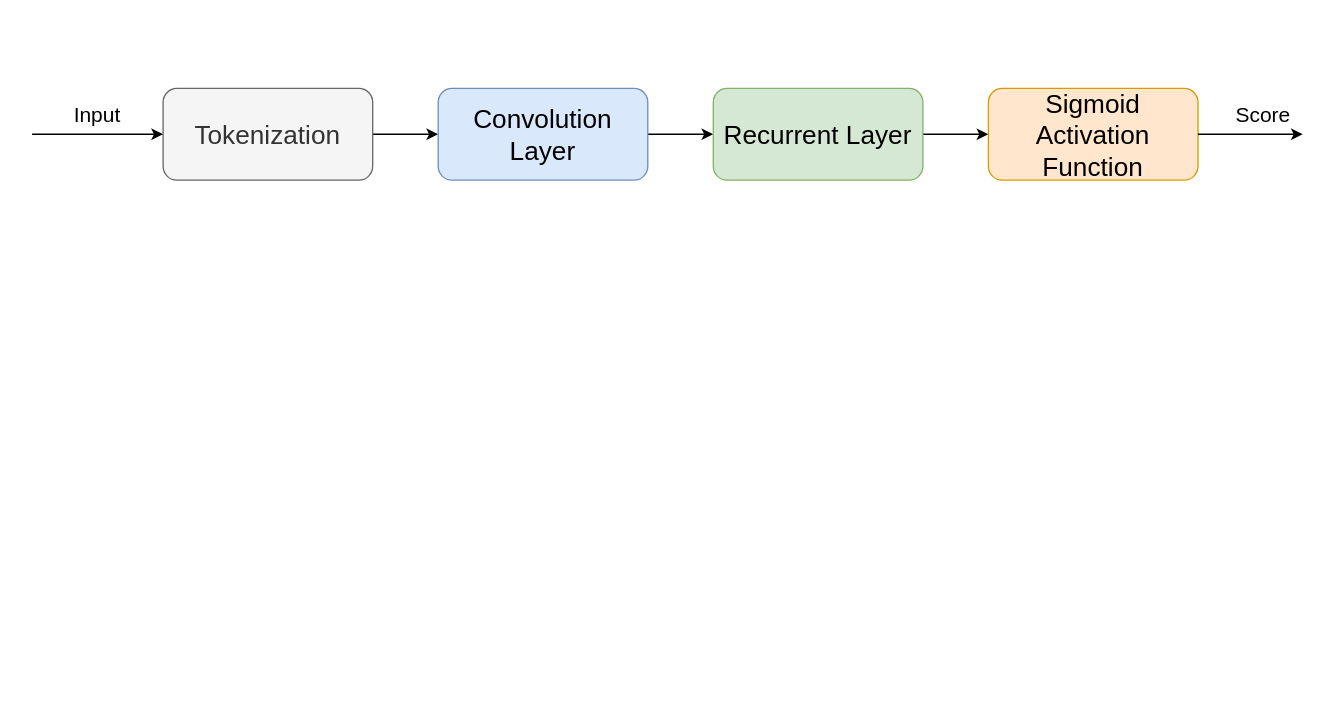
The draw.io diagram page "flow" (1 of 3) of AI.drawio in jayluxferro/draw.io-diagrams, before the edit. Source tidied: cells renumbered, new cells numbered last; positions are measured from the earlier drawing's top-left corner, leaving out a move shared by most shapes. Both pictures are drawn from the tidied source at 131%, with x=0, y=0 at pixel (31, 88).
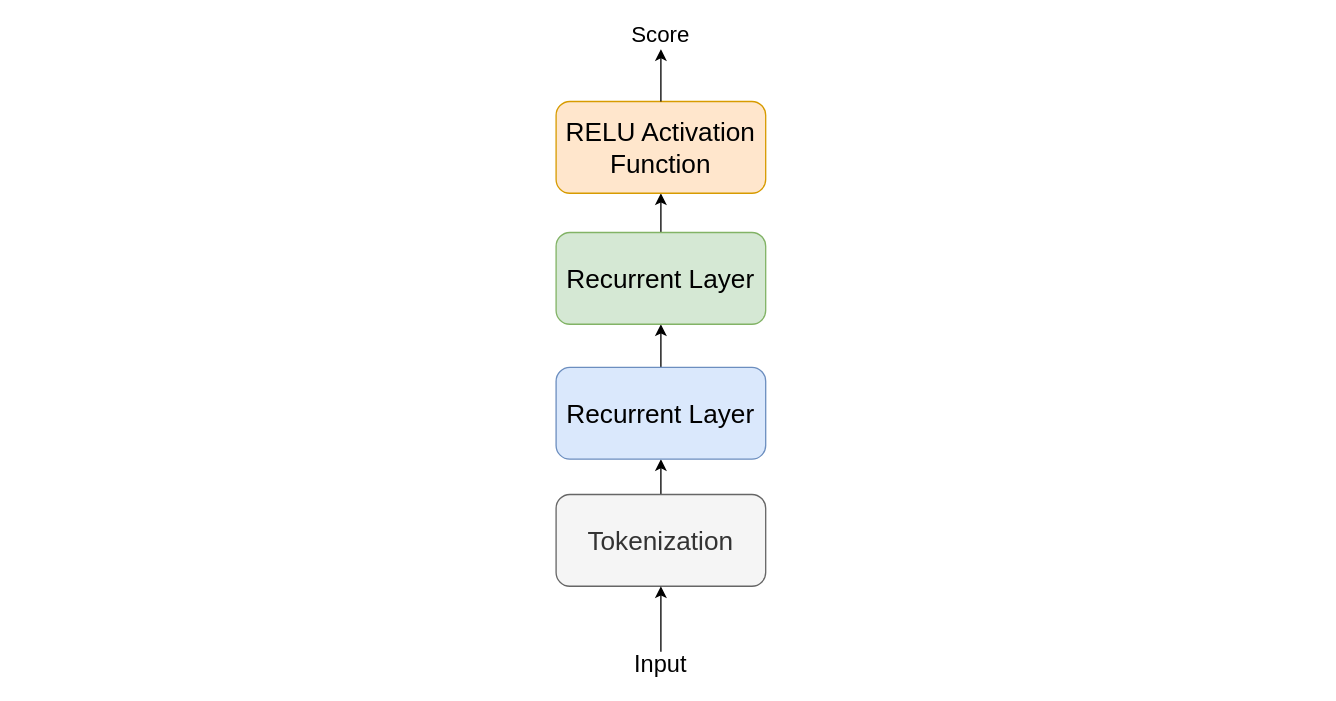
Above is the later version.

Diff of the diagram source:
```diff
@@
 <mxGraphModel>
   <root>
     <mxCell id="0" />
     <mxCell id="1" parent="0" />
     <mxCell id="2" style="edgeStyle=orthogonalEdgeStyle;rounded=0;jettySize=auto;html=1;" parent="1" edge="1" source="3" target="6">
       <mxGeometry relative="1" as="geometry" />
     </mxCell>
     <mxCell id="3" value="Tokenization" style="rounded=1;whiteSpace=wrap;html=1;fontSize=20;fillColor=#f5f5f5;strokeColor=#666666;fontColor=#333333;" parent="1" vertex="1">
-      <mxGeometry x="100" width="160" height="70" as="geometry" />
+      <mxGeometry x="400" y="310" width="160" height="70" as="geometry" />
     </mxCell>
-    <mxCell id="4" style="endArrow=classic;html=1;entryX=0;entryY=0.5;entryDx=0;entryDy=0;" parent="1" edge="1" target="3">
+    <mxCell id="4" style="endArrow=classic;html=1;entryX=0.5;entryY=1;entryDx=0;entryDy=0;" parent="1" edge="1" target="3">
       <mxGeometry relative="1" as="geometry">
-        <mxPoint y="35" as="sourcePoint" />
+        <mxPoint x="480" y="430" as="sourcePoint" />
       </mxGeometry>
     </mxCell>
-    <mxCell id="5" style="edgeStyle=orthogonalEdgeStyle;rounded=0;jettySize=auto;html=1;exitX=1;exitY=0.5;exitDx=0;exitDy=0;entryX=0;entryY=0.5;entryDx=0;entryDy=0;" parent="1" edge="1" source="6" target="8">
+    <mxCell id="5" style="edgeStyle=orthogonalEdgeStyle;rounded=0;jettySize=auto;html=1;entryX=0.5;entryY=1;entryDx=0;entryDy=0;fontSize=18;" parent="1" edge="1" source="6" target="8">
       <mxGeometry relative="1" as="geometry" />
     </mxCell>
-    <mxCell id="6" value="Convolution Layer" style="rounded=1;whiteSpace=wrap;html=1;fontSize=20;fillColor=#dae8fc;strokeColor=#6c8ebf;" parent="1" vertex="1">
-      <mxGeometry x="310" width="160" height="70" as="geometry" />
+    <mxCell id="6" value="Recurrent Layer" style="rounded=1;whiteSpace=wrap;html=1;fontSize=20;fillColor=#dae8fc;strokeColor=#6c8ebf;" parent="1" vertex="1">
+      <mxGeometry x="400" y="213" width="160" height="70" as="geometry" />
     </mxCell>
-    <mxCell id="7" style="edgeStyle=orthogonalEdgeStyle;rounded=0;jettySize=auto;html=1;exitX=1;exitY=0.5;exitDx=0;exitDy=0;" parent="1" edge="1" source="8" target="9">
+    <mxCell id="7" style="edgeStyle=orthogonalEdgeStyle;rounded=0;jettySize=auto;html=1;entryX=0.5;entryY=1;entryDx=0;entryDy=0;fontSize=17;" parent="1" edge="1" source="8" target="9">
       <mxGeometry relative="1" as="geometry" />
     </mxCell>
     <mxCell id="8" value="Recurrent Layer" style="rounded=1;whiteSpace=wrap;html=1;fontSize=20;fillColor=#d5e8d4;strokeColor=#82b366;" parent="1" vertex="1">
-      <mxGeometry x="520" width="160" height="70" as="geometry" />
+      <mxGeometry x="400" y="110" width="160" height="70" as="geometry" />
     </mxCell>
-    <mxCell id="9" value="Sigmoid Activation Function" style="rounded=1;whiteSpace=wrap;html=1;fontSize=20;fillColor=#ffe6cc;strokeColor=#d79b00;" parent="1" vertex="1">
-      <mxGeometry x="730" width="160" height="70" as="geometry" />
+    <mxCell id="9" value="RELU Activation Function" style="rounded=1;whiteSpace=wrap;html=1;fontSize=20;fillColor=#ffe6cc;strokeColor=#d79b00;" parent="1" vertex="1">
+      <mxGeometry x="400" y="10" width="160" height="70" as="geometry" />
     </mxCell>
-    <mxCell id="10" style="endArrow=classic;html=1;exitX=1;exitY=0.5;exitDx=0;exitDy=0;" parent="1" edge="1" source="9">
+    <mxCell id="10" style="endArrow=classic;html=1;exitX=0.5;exitY=0;exitDx=0;exitDy=0;" parent="1" edge="1" source="9">
       <mxGeometry relative="1" as="geometry">
-        <mxPoint x="970" y="35" as="targetPoint" />
+        <mxPoint x="480" y="-30" as="targetPoint" />
+        <Array as="points">
+          <mxPoint x="480" y="-20" />
+        </Array>
       </mxGeometry>
     </mxCell>
-    <mxCell id="11" value="Score" style="text;html=1;strokeColor=none;fillColor=none;align=center;verticalAlign=middle;whiteSpace=wrap;rounded=0;fontSize=16;" parent="1" vertex="1">
-      <mxGeometry x="920" y="10" width="40" height="20" as="geometry" />
+    <mxCell id="11" value="Score" style="text;html=1;strokeColor=none;fillColor=none;align=center;verticalAlign=middle;whiteSpace=wrap;rounded=0;fontSize=17;" parent="1" vertex="1">
+      <mxGeometry x="460" y="-50" width="40" height="20" as="geometry" />
     </mxCell>
-    <mxCell id="12" value="Input" style="text;html=1;strokeColor=none;fillColor=none;align=center;verticalAlign=middle;whiteSpace=wrap;rounded=0;fontSize=16;" parent="1" vertex="1">
-      <mxGeometry x="30" y="10" width="40" height="20" as="geometry" />
+    <mxCell id="12" value="Input" style="text;html=1;strokeColor=none;fillColor=none;align=center;verticalAlign=middle;whiteSpace=wrap;rounded=0;fontSize=18;" parent="1" vertex="1">
+      <mxGeometry x="445" y="430" width="70" height="20" as="geometry" />
     </mxCell>
   </root>
 </mxGraphModel>
```
